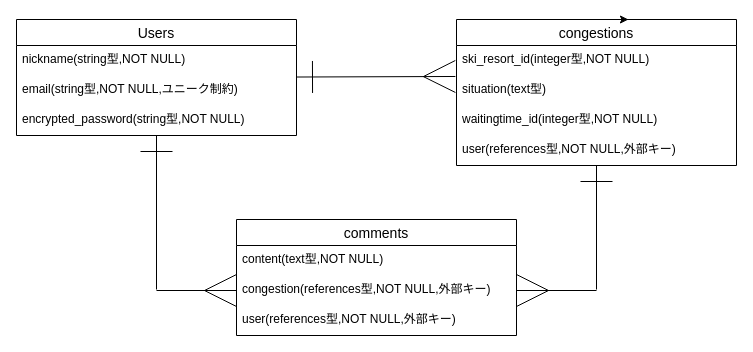
Before: ER図.dio in carton04/avoidstuck, a draw.io diagram. Source tidied: cells renumbered, new cells numbered last; positions are measured from the earlier drawing's top-left corner, leaving out a move shared by most shapes. Both pictures are drawn from the tidied source at 100%, with x=0, y=0 at pixel (16, 19).
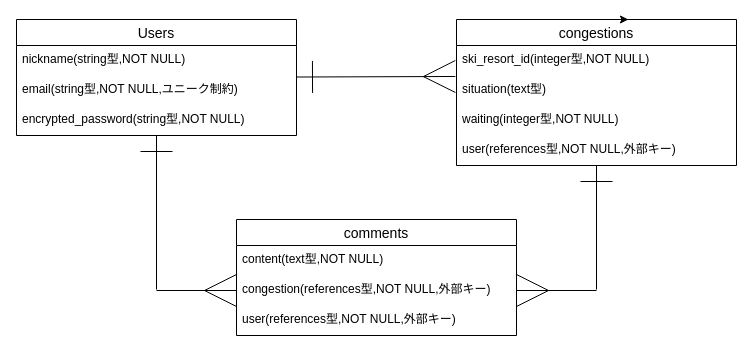
The same page after the edit.

Unchanged cells that the change refers to:
```xml
<mxCell id="9" value="congestions" style="swimlane;fontStyle=0;horizontal=1;startSize=26;align=center;fontSize=14;" parent="1" vertex="1">
  <mxGeometry x="440" width="280" height="146" as="geometry" />
</mxCell>
```

The edit, as a diff of the source:
```diff
@@
-    <mxCell id="12" value="waitingtime_id(integer型,NOT NULL)" style="text;strokeColor=none;fillColor=none;spacingLeft=4;spacingRight=4;overflow=hidden;fontSize=12;" parent="9" vertex="1">
+    <mxCell id="12" value="waiting(integer型,NOT NULL)" style="text;strokeColor=none;fillColor=none;spacingLeft=4;spacingRight=4;overflow=hidden;fontSize=12;" parent="9" vertex="1">
       <mxGeometry y="86" width="280" height="30" as="geometry" />
     </mxCell>
```
